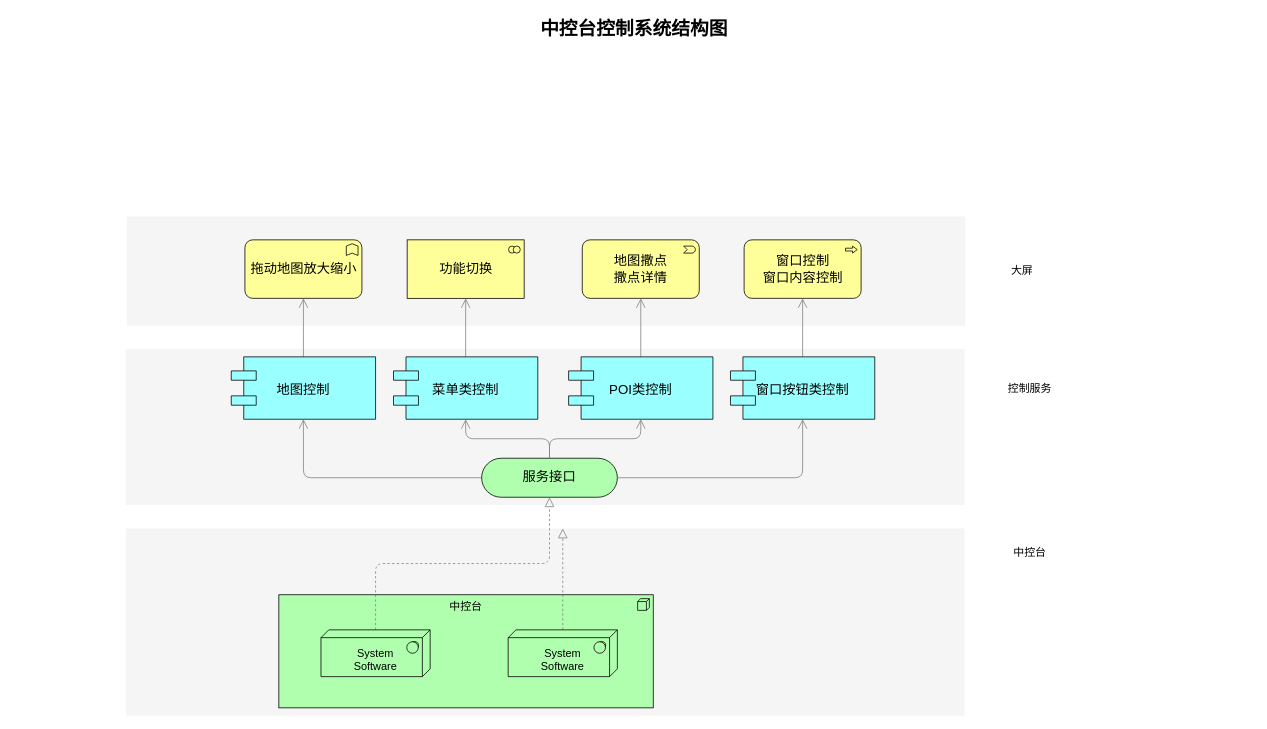
The draw.io diagram soft arch Lingang.drawio in DeanTuYu/DrawIo, before the edit. Source tidied: cells renumbered, new cells numbered last; positions are measured from the earlier drawing's top-left corner, leaving out a move shared by most shapes. Both pictures are drawn from the tidied source at 78%, with x=0, y=0 at pixel (13, 13).
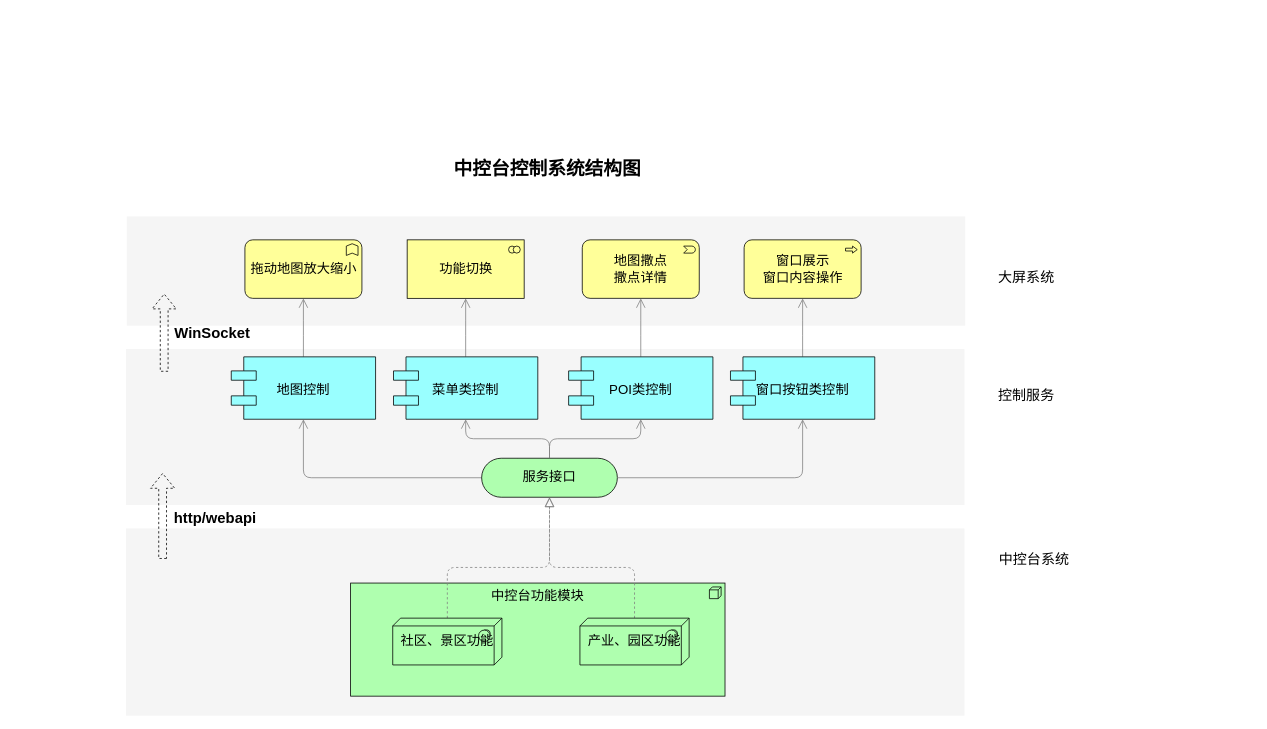
After the change.

The change refers to these unchanged cells:
```xml
<mxCell id="12" value="服务接口" style="html=1;whiteSpace=wrap;fillColor=#AFFFAF;strokeColor=#000000;shape=mxgraph.archimate3.service;fontSize=17;" parent="1" vertex="1">
  <mxGeometry x="600" y="570" width="174" height="50" as="geometry" />
</mxCell>
```

Diff of the diagram source:
```diff
@@
-    <mxCell id="5" value="中控台" style="html=1;whiteSpace=wrap;fillColor=#AFFFAF;strokeColor=#000000;shape=mxgraph.archimate3.application;appType=node;archiType=square;fontSize=14;verticalAlign=top;" parent="1" vertex="1">
-      <mxGeometry x="340" y="745" width="480" height="145" as="geometry" />
+    <mxCell id="5" value="中控台功能模块" style="html=1;whiteSpace=wrap;fillColor=#AFFFAF;strokeColor=#000000;shape=mxgraph.archimate3.application;appType=node;archiType=square;fontSize=17;verticalAlign=top;" parent="1" vertex="1">
+      <mxGeometry x="432" y="730" width="480" height="145" as="geometry" />
     </mxCell>
-    <mxCell id="6" style="edgeStyle=elbowEdgeStyle;rounded=1;elbow=vertical;html=1;startSize=10;endArrow=block;endFill=0;endSize=10;jettySize=auto;strokeColor=#808080;fontSize=14;dashed=1;" parent="1" edge="1" source="7" target="12">
-      <mxGeometry relative="1" as="geometry" />
+    <mxCell id="6" style="edgeStyle=orthogonalEdgeStyle;rounded=1;elbow=vertical;html=1;startSize=10;endArrow=block;endFill=0;endSize=10;jettySize=auto;strokeColor=#808080;fontSize=14;dashed=1;" parent="1" edge="1" source="7" target="12">
+      <mxGeometry relative="1" as="geometry">
+        <Array as="points">
+          <mxPoint x="556" y="710" />
+          <mxPoint x="687" y="710" />
+        </Array>
+      </mxGeometry>
     </mxCell>
-    <mxCell id="7" value="&lt;div&gt;&lt;br&gt;&lt;/div&gt;System&lt;div&gt;Software&lt;/div&gt;" style="html=1;whiteSpace=wrap;fillColor=#AFFFAF;strokeColor=#000000;shape=mxgraph.archimate3.tech;techType=sysSw;fontSize=14;" parent="1" vertex="1">
-      <mxGeometry x="394" y="790" width="140" height="60" as="geometry" />
+    <mxCell id="7" value="社区、景区功能" style="html=1;whiteSpace=wrap;fillColor=#AFFFAF;strokeColor=#000000;shape=mxgraph.archimate3.tech;techType=sysSw;fontSize=17;" parent="1" vertex="1">
+      <mxGeometry x="486" y="775" width="140" height="60" as="geometry" />
     </mxCell>
-    <mxCell id="8" style="edgeStyle=elbowEdgeStyle;rounded=1;elbow=vertical;html=1;startSize=10;endArrow=block;endFill=0;endSize=10;jettySize=auto;strokeColor=#808080;fontSize=14;dashed=1;" parent="1" edge="1" source="9">
+    <mxCell id="8" style="edgeStyle=orthogonalEdgeStyle;rounded=1;elbow=vertical;html=1;startSize=10;endArrow=block;endFill=0;endSize=10;jettySize=auto;strokeColor=#808080;fontSize=14;dashed=1;entryX=0.5;entryY=1;entryDx=0;entryDy=0;entryPerimeter=0;" parent="1" edge="1" source="9" target="12">
       <mxGeometry relative="1" as="geometry">
-        <mxPoint x="704" y="660" as="targetPoint" />
+        <Array as="points">
+          <mxPoint x="796" y="710" />
+          <mxPoint x="687" y="710" />
+        </Array>
       </mxGeometry>
     </mxCell>
-    <mxCell id="9" value="&lt;div&gt;&lt;br&gt;&lt;/div&gt;&lt;div&gt;&lt;span&gt;System&lt;/span&gt;&lt;div&gt;Software&lt;/div&gt;&lt;/div&gt;" style="html=1;whiteSpace=wrap;fillColor=#AFFFAF;strokeColor=#000000;shape=mxgraph.archimate3.tech;techType=sysSw;fontSize=14;" parent="1" vertex="1">
-      <mxGeometry x="634" y="790" width="140" height="60" as="geometry" />
+    <mxCell id="9" value="&lt;div style=&quot;font-size: 17px;&quot;&gt;产业、园区功能&lt;/div&gt;" style="html=1;whiteSpace=wrap;fillColor=#AFFFAF;strokeColor=#000000;shape=mxgraph.archimate3.tech;techType=sysSw;fontSize=17;" parent="1" vertex="1">
+      <mxGeometry x="726" y="775" width="140" height="60" as="geometry" />
     </mxCell>
@@
-    <mxCell id="26" value="窗口控制&lt;br style=&quot;font-size: 17px;&quot;&gt;窗口内容控制&lt;br style=&quot;font-size: 17px;&quot;&gt;" style="html=1;whiteSpace=wrap;fillColor=#ffff99;strokeColor=#000000;shape=mxgraph.archimate3.application;appType=proc;archiType=rounded;fontSize=17;" parent="1" vertex="1">
+    <mxCell id="26" value="窗口展示&lt;br style=&quot;font-size: 17px&quot;&gt;窗口内容操作&lt;br style=&quot;font-size: 17px&quot;&gt;" style="html=1;whiteSpace=wrap;fillColor=#ffff99;strokeColor=#000000;shape=mxgraph.archimate3.application;appType=proc;archiType=rounded;fontSize=17;" parent="1" vertex="1">
       <mxGeometry x="936.5" y="290" width="150" height="75" as="geometry" />
     </mxCell>
-    <mxCell id="27" value="中控台" style="text;html=1;strokeColor=none;fillColor=none;align=center;verticalAlign=middle;whiteSpace=wrap;fontSize=14;" parent="1" vertex="1">
-      <mxGeometry x="1183" y="681" width="240" height="20" as="geometry" />
+    <mxCell id="27" value="中控台系统" style="text;html=1;strokeColor=none;fillColor=none;align=center;verticalAlign=middle;whiteSpace=wrap;fontSize=18;" parent="1" vertex="1">
+      <mxGeometry x="1194" y="690" width="229" height="20" as="geometry" />
     </mxCell>
-    <mxCell id="28" value="控制服务" style="text;html=1;strokeColor=none;fillColor=none;align=center;verticalAlign=middle;whiteSpace=wrap;fontSize=14;" parent="1" vertex="1">
-      <mxGeometry x="1183" y="471" width="240" height="20" as="geometry" />
+    <mxCell id="28" value="控制服务" style="text;html=1;strokeColor=none;fillColor=none;align=center;verticalAlign=middle;whiteSpace=wrap;fontSize=18;" parent="1" vertex="1">
+      <mxGeometry x="1183" y="480" width="231" height="20" as="geometry" />
     </mxCell>
-    <mxCell id="29" value="大屏" style="text;html=1;strokeColor=none;fillColor=none;align=center;verticalAlign=middle;whiteSpace=wrap;fontSize=14;" parent="1" vertex="1">
-      <mxGeometry x="1173" y="319" width="240" height="20" as="geometry" />
+    <mxCell id="29" value="大屏系统" style="text;html=1;strokeColor=none;fillColor=none;align=center;verticalAlign=middle;whiteSpace=wrap;fontSize=18;" parent="1" vertex="1">
+      <mxGeometry x="1184" y="328" width="229" height="20" as="geometry" />
     </mxCell>
     <mxCell id="30" value="中控台控制系统结构图" style="text;strokeColor=none;fillColor=none;html=1;fontSize=24;fontStyle=1;verticalAlign=middle;align=center;" parent="1" vertex="1">
-      <mxGeometry width="1590" height="40" as="geometry" />
+      <mxGeometry x="144" y="179" width="1080" height="40" as="geometry" />
     </mxCell>
+    <mxCell id="31" style="shape=flexArrow;endArrow=classic;html=1;fontSize=17;dashed=1;" parent="1" edge="1">
+      <mxGeometry relative="1" as="geometry">
+        <mxPoint x="193" y="459" as="sourcePoint" />
+        <mxPoint x="193" y="359" as="targetPoint" />
+      </mxGeometry>
+    </mxCell>
+    <mxCell id="32" style="shape=flexArrow;endArrow=classic;html=1;dashed=1;fontSize=17;" parent="1" edge="1">
+      <mxGeometry relative="1" as="geometry">
+        <mxPoint x="191" y="699" as="sourcePoint" />
+        <mxPoint x="191" y="589" as="targetPoint" />
+      </mxGeometry>
+    </mxCell>
+    <mxCell id="33" value="WinSocket" style="text;html=1;strokeColor=none;fillColor=none;align=center;verticalAlign=middle;whiteSpace=wrap;rounded=0;fontSize=19;fontStyle=1;" parent="1" vertex="1">
+      <mxGeometry x="226" y="400" width="58" height="20" as="geometry" />
+    </mxCell>
+    <mxCell id="34" value="http/webapi" style="text;html=1;strokeColor=none;fillColor=none;align=center;verticalAlign=middle;whiteSpace=wrap;rounded=0;fontSize=19;fontStyle=1;" parent="1" vertex="1">
+      <mxGeometry x="223" y="638" width="71" height="20" as="geometry" />
+    </mxCell>
```
